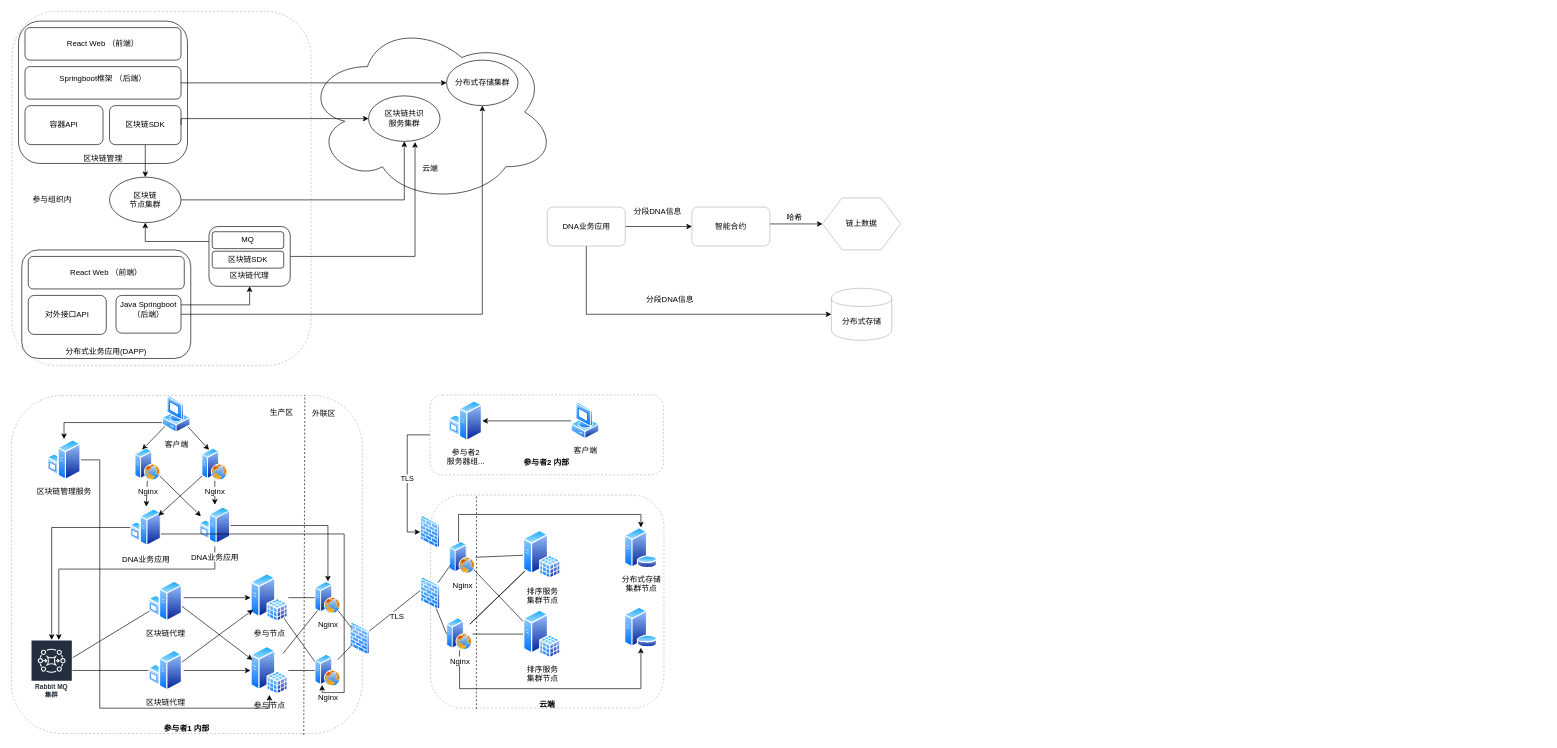
Above: repository/drawio/dna-bc.drawio in dilide/collections (draw.io), before the change. Source tidied: cells renumbered, new cells numbered last; positions are measured from the earlier drawing's top-left corner, leaving out a move shared by most shapes. Both pictures are drawn from the tidied source at 65%, with x=0, y=0 at pixel (11, 11).
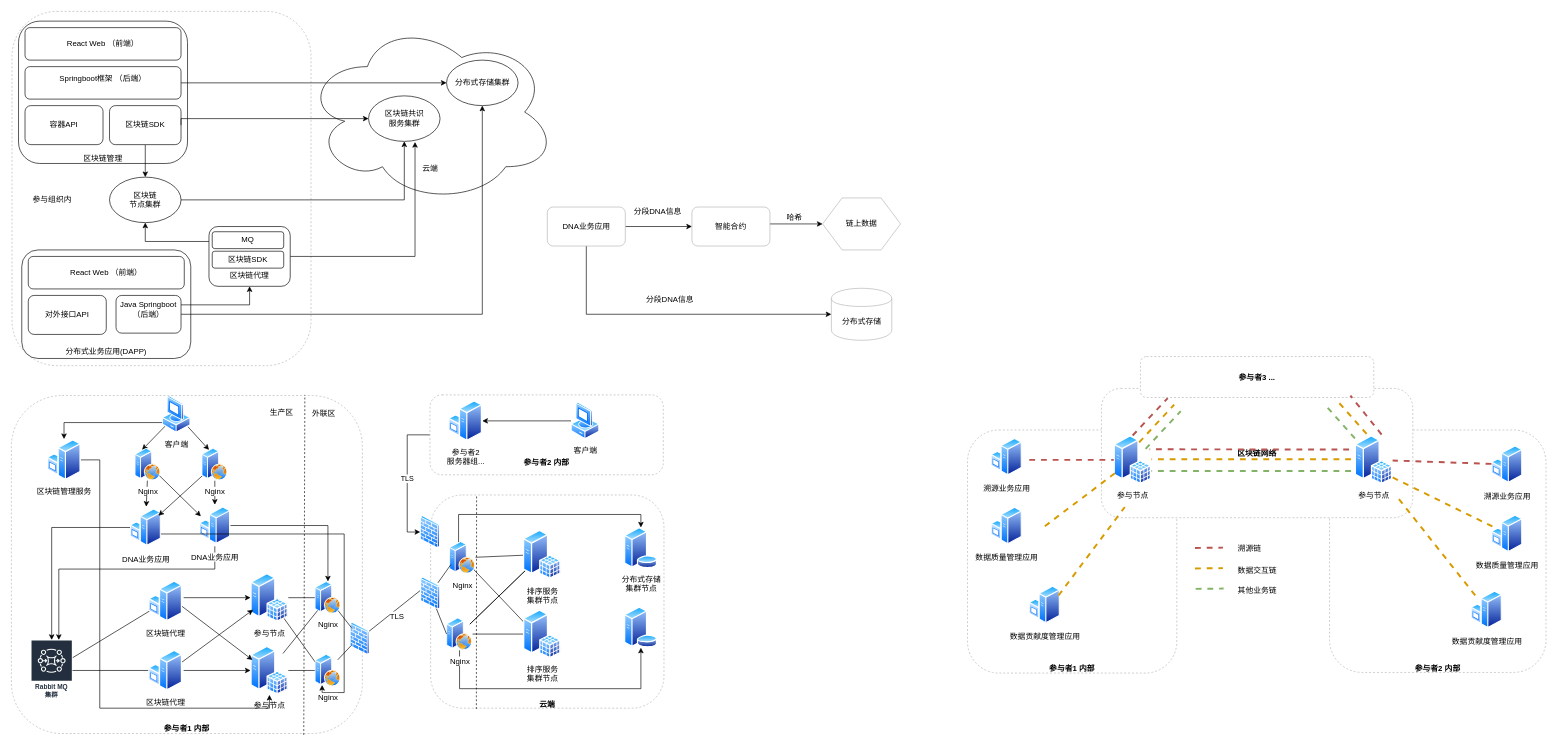
The same diagram, later.

What changed in the source:
```diff
@@
+    <mxCell id="106" value="&lt;br&gt;&lt;br&gt;&lt;br&gt;&lt;br&gt;&lt;br&gt;&lt;br&gt;&lt;br&gt;&lt;br&gt;&lt;br&gt;&lt;br&gt;&lt;br&gt;&lt;br&gt;&lt;br&gt;&lt;br&gt;&lt;br&gt;&lt;br&gt;&lt;br&gt;&lt;br&gt;&lt;br&gt;&lt;br&gt;&lt;br&gt;&lt;br&gt;&lt;br&gt;&lt;br&gt;&lt;br&gt;参与者1 内部" style="rounded=1;whiteSpace=wrap;html=1;dashed=1;strokeColor=#B3B3B3;fontStyle=1;" parent="1" vertex="1">
+      <mxGeometry x="1471" y="644" width="322" height="374" as="geometry" />
+    </mxCell>
+    <mxCell id="107" value="&lt;br&gt;&lt;br&gt;&lt;br&gt;&lt;br&gt;&lt;br&gt;&lt;br&gt;&lt;br&gt;&lt;br&gt;&lt;br&gt;&lt;br&gt;&lt;br&gt;&lt;br&gt;&lt;br&gt;&lt;br&gt;&lt;br&gt;&lt;br&gt;&lt;br&gt;&lt;br&gt;&lt;br&gt;&lt;br&gt;&lt;br&gt;&lt;br&gt;&lt;br&gt;&lt;br&gt;&lt;br&gt;参与者2 内部" style="rounded=1;whiteSpace=wrap;html=1;dashed=1;strokeColor=#B3B3B3;fontStyle=1;" parent="1" vertex="1">
+      <mxGeometry x="2028" y="644" width="333" height="373" as="geometry" />
+    </mxCell>
+    <mxCell id="108" value="区块链网络" style="rounded=1;whiteSpace=wrap;html=1;dashed=1;strokeColor=#B3B3B3;fontStyle=1;" parent="1" vertex="1">
+      <mxGeometry x="1677" y="580" width="479" height="199" as="geometry" />
+    </mxCell>
@@
+    <mxCell id="109" value="参与节点" style="perimeter=ellipsePerimeter;html=1;align=center;shadow=0;dashed=0;spacingTop=3;image;image=img/lib/active_directory/sql_server.svg;strokeColor=#B3B3B3;" parent="1" vertex="1">
+      <mxGeometry x="1696" y="652.5" width="58" height="75" as="geometry" />
+    </mxCell>
+    <mxCell id="110" value="溯源业务应用" style="perimeter=ellipsePerimeter;html=1;align=center;shadow=0;dashed=0;spacingTop=3;image;image=img/lib/active_directory/windows_server.svg;strokeColor=#B3B3B3;" parent="1" vertex="1">
+      <mxGeometry x="1507" y="653.5" width="48" height="64" as="geometry" />
+    </mxCell>
+    <mxCell id="111" value="数据质量管理应用" style="perimeter=ellipsePerimeter;html=1;align=center;shadow=0;dashed=0;spacingTop=3;image;image=img/lib/active_directory/windows_server.svg;strokeColor=#B3B3B3;" parent="1" vertex="1">
+      <mxGeometry x="1507" y="759.5" width="48" height="64" as="geometry" />
+    </mxCell>
+    <mxCell id="112" value="数据贡献度管理应用" style="perimeter=ellipsePerimeter;html=1;align=center;shadow=0;dashed=0;spacingTop=3;image;image=img/lib/active_directory/windows_server.svg;strokeColor=#B3B3B3;" parent="1" vertex="1">
+      <mxGeometry x="1565.5" y="881" width="48" height="64" as="geometry" />
+    </mxCell>
+    <mxCell id="113" value="参与节点" style="perimeter=ellipsePerimeter;html=1;align=center;shadow=0;dashed=0;spacingTop=3;image;image=img/lib/active_directory/sql_server.svg;strokeColor=#B3B3B3;" parent="1" vertex="1">
+      <mxGeometry x="2067" y="652.5" width="58" height="75" as="geometry" />
+    </mxCell>
+    <mxCell id="114" value="溯源业务应用" style="perimeter=ellipsePerimeter;html=1;align=center;shadow=0;dashed=0;spacingTop=3;image;image=img/lib/active_directory/windows_server.svg;strokeColor=#B3B3B3;" parent="1" vertex="1">
+      <mxGeometry x="2277" y="665" width="48" height="64" as="geometry" />
+    </mxCell>
+    <mxCell id="115" value="数据质量管理应用" style="perimeter=ellipsePerimeter;html=1;align=center;shadow=0;dashed=0;spacingTop=3;image;image=img/lib/active_directory/windows_server.svg;strokeColor=#B3B3B3;" parent="1" vertex="1">
+      <mxGeometry x="2277" y="771.5" width="48" height="64" as="geometry" />
+    </mxCell>
+    <mxCell id="116" value="数据贡献度管理应用" style="perimeter=ellipsePerimeter;html=1;align=center;shadow=0;dashed=0;spacingTop=3;image;image=img/lib/active_directory/windows_server.svg;strokeColor=#B3B3B3;" parent="1" vertex="1">
+      <mxGeometry x="2245.5" y="888.5" width="48" height="64" as="geometry" />
+    </mxCell>
+    <mxCell id="117" value="参与者3 ..." style="rounded=1;whiteSpace=wrap;html=1;dashed=1;strokeColor=#B3B3B3;fontStyle=1;" parent="1" vertex="1">
+      <mxGeometry x="1737" y="531" width="359" height="63" as="geometry" />
+    </mxCell>
+    <mxCell id="118" style="endArrow=none;dashed=1;html=1;strokeWidth=3;fillColor=#f8cecc;strokeColor=#b85450;exitX=0.5;exitY=0;exitDx=0;exitDy=0;" parent="1" edge="1" source="109">
+      <mxGeometry relative="1" as="geometry">
+        <mxPoint x="1779" y="595" as="targetPoint" />
+      </mxGeometry>
+    </mxCell>
+    <mxCell id="119" style="endArrow=none;dashed=1;html=1;strokeWidth=3;fillColor=#ffe6cc;strokeColor=#d79b00;exitX=0.31;exitY=-0.033;exitDx=0;exitDy=0;exitPerimeter=0;" parent="1" edge="1" source="113">
+      <mxGeometry relative="1" as="geometry">
+        <mxPoint x="2037" y="596" as="targetPoint" />
+      </mxGeometry>
+    </mxCell>
+    <mxCell id="120" style="endArrow=none;dashed=1;html=1;strokeWidth=3;fillColor=#f8cecc;strokeColor=#b85450;entryX=1;entryY=0.25;entryDx=0;entryDy=0;" parent="1" edge="1" target="109">
+      <mxGeometry relative="1" as="geometry">
+        <mxPoint x="2058" y="674" as="sourcePoint" />
+      </mxGeometry>
+    </mxCell>
+    <mxCell id="121" style="endArrow=none;dashed=1;html=1;strokeWidth=3;fillColor=#ffe6cc;strokeColor=#d79b00;entryX=1;entryY=0.25;entryDx=0;entryDy=0;" parent="1" edge="1">
+      <mxGeometry relative="1" as="geometry">
+        <mxPoint x="2061" y="689" as="sourcePoint" />
+        <mxPoint x="1754" y="689" as="targetPoint" />
+      </mxGeometry>
+    </mxCell>
+    <mxCell id="122" style="endArrow=none;dashed=1;html=1;strokeWidth=3;fillColor=#d5e8d4;strokeColor=#82b366;entryX=1;entryY=0.25;entryDx=0;entryDy=0;" parent="1" edge="1">
+      <mxGeometry relative="1" as="geometry">
+        <mxPoint x="2061" y="707" as="sourcePoint" />
+        <mxPoint x="1754" y="707" as="targetPoint" />
+      </mxGeometry>
+    </mxCell>
+    <mxCell id="123" style="endArrow=none;dashed=1;html=1;strokeWidth=3;fillColor=#ffe6cc;strokeColor=#d79b00;exitX=0.5;exitY=0;exitDx=0;exitDy=0;" parent="1" edge="1">
+      <mxGeometry relative="1" as="geometry">
+        <mxPoint x="1735" y="663" as="sourcePoint" />
+        <mxPoint x="1789" y="605" as="targetPoint" />
+      </mxGeometry>
+    </mxCell>
+    <mxCell id="124" style="endArrow=none;dashed=1;html=1;strokeWidth=3;fillColor=#d5e8d4;strokeColor=#82b366;exitX=0.5;exitY=0;exitDx=0;exitDy=0;" parent="1" edge="1">
+      <mxGeometry relative="1" as="geometry">
+        <mxPoint x="1745" y="673" as="sourcePoint" />
+        <mxPoint x="1799" y="615" as="targetPoint" />
+      </mxGeometry>
+    </mxCell>
+    <mxCell id="125" style="endArrow=none;dashed=1;html=1;strokeWidth=3;fillColor=#f8cecc;strokeColor=#b85450;" parent="1" edge="1">
+      <mxGeometry relative="1" as="geometry">
+        <mxPoint x="2108" y="651" as="sourcePoint" />
+        <mxPoint x="2060" y="591" as="targetPoint" />
+      </mxGeometry>
+    </mxCell>
+    <mxCell id="126" style="endArrow=none;dashed=1;html=1;strokeWidth=3;fillColor=#d5e8d4;strokeColor=#82b366;exitX=0.31;exitY=-0.033;exitDx=0;exitDy=0;exitPerimeter=0;" parent="1" edge="1">
+      <mxGeometry relative="1" as="geometry">
+        <mxPoint x="2067" y="657" as="sourcePoint" />
+        <mxPoint x="2019" y="603" as="targetPoint" />
+      </mxGeometry>
+    </mxCell>
+    <mxCell id="127" style="endArrow=none;dashed=1;html=1;strokeWidth=3;fillColor=#f8cecc;strokeColor=#b85450;entryX=0;entryY=0.5;entryDx=0;entryDy=0;" parent="1" edge="1" target="109">
+      <mxGeometry relative="1" as="geometry">
+        <mxPoint x="1566" y="690" as="sourcePoint" />
+      </mxGeometry>
+    </mxCell>
+    <mxCell id="128" style="endArrow=none;dashed=1;html=1;strokeWidth=3;fillColor=#ffe6cc;strokeColor=#d79b00;" parent="1" edge="1" target="109">
+      <mxGeometry relative="1" as="geometry">
+        <mxPoint x="1590" y="792" as="sourcePoint" />
+      </mxGeometry>
+    </mxCell>
+    <mxCell id="129" style="endArrow=none;dashed=1;html=1;strokeWidth=3;fillColor=#ffe6cc;strokeColor=#d79b00;exitX=1;exitY=0.25;exitDx=0;exitDy=0;" parent="1" edge="1" source="112">
+      <mxGeometry relative="1" as="geometry">
+        <mxPoint x="1713" y="762.5" as="targetPoint" />
+      </mxGeometry>
+    </mxCell>
+    <mxCell id="130" style="endArrow=none;dashed=1;html=1;strokeWidth=3;fillColor=#f8cecc;strokeColor=#b85450;" parent="1" edge="1" source="114" target="113">
+      <mxGeometry relative="1" as="geometry" />
+    </mxCell>
+    <mxCell id="131" style="endArrow=none;dashed=1;html=1;strokeWidth=3;fillColor=#ffe6cc;strokeColor=#d79b00;" parent="1" edge="1" source="115">
+      <mxGeometry relative="1" as="geometry">
+        <mxPoint x="2125" y="717" as="targetPoint" />
+      </mxGeometry>
+    </mxCell>
+    <mxCell id="132" style="endArrow=none;dashed=1;html=1;strokeWidth=3;fillColor=#ffe6cc;strokeColor=#d79b00;" parent="1" edge="1" source="116">
+      <mxGeometry relative="1" as="geometry">
+        <mxPoint x="2132" y="747" as="targetPoint" />
+      </mxGeometry>
+    </mxCell>
+    <mxCell id="133" style="endArrow=none;dashed=1;html=1;strokeWidth=3;fillColor=#f8cecc;strokeColor=#b85450;" parent="1" edge="1">
+      <mxGeometry relative="1" as="geometry">
+        <mxPoint x="1821" y="825.5" as="sourcePoint" />
+        <mxPoint x="1864" y="825" as="targetPoint" />
+      </mxGeometry>
+    </mxCell>
+    <mxCell id="134" style="endArrow=none;dashed=1;html=1;strokeWidth=3;fillColor=#ffe6cc;strokeColor=#d79b00;" parent="1" edge="1">
+      <mxGeometry relative="1" as="geometry">
+        <mxPoint x="1821" y="857" as="sourcePoint" />
+        <mxPoint x="1864" y="856.5" as="targetPoint" />
+      </mxGeometry>
+    </mxCell>
+    <mxCell id="135" style="endArrow=none;dashed=1;html=1;strokeWidth=3;fillColor=#d5e8d4;strokeColor=#82b366;" parent="1" edge="1">
+      <mxGeometry relative="1" as="geometry">
+        <mxPoint x="1822" y="888.5" as="sourcePoint" />
+        <mxPoint x="1865" y="888" as="targetPoint" />
+      </mxGeometry>
+    </mxCell>
+    <mxCell id="136" value="溯源链" style="text;html=1;align=left;verticalAlign=top;spacingTop=-4;" parent="1" vertex="1">
+      <mxGeometry x="1885" y="816.5" width="46" height="14" as="geometry" />
+    </mxCell>
+    <mxCell id="137" value="数据交互链" style="text;html=1;align=left;verticalAlign=top;spacingTop=-4;" parent="1" vertex="1">
+      <mxGeometry x="1885" y="850" width="70" height="14" as="geometry" />
+    </mxCell>
+    <mxCell id="138" value="其他业务链" style="text;html=1;align=left;verticalAlign=top;spacingTop=-4;" parent="1" vertex="1">
+      <mxGeometry x="1885" y="881" width="70" height="14" as="geometry" />
+    </mxCell>
```
